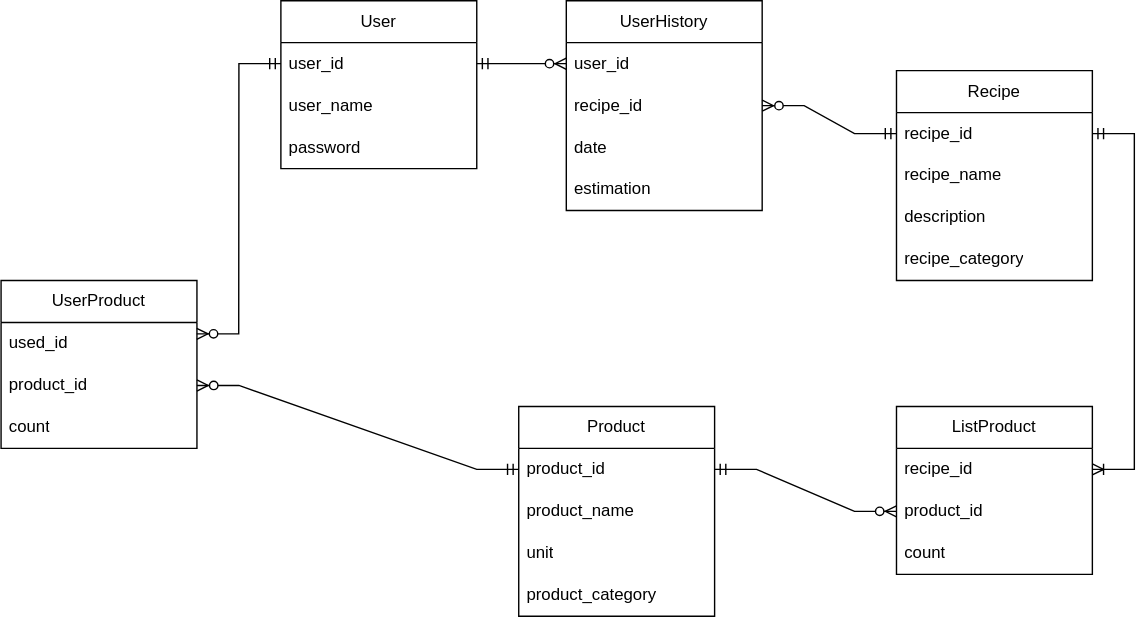
This is images/Logical_database_diagram.svg from alinacozy/recipes-helper, a draw.io export, as it was before one commit. Source tidied: cells renumbered, new cells last; positions are measured from the earlier drawing's top-left corner, leaving out a move shared by most shapes.
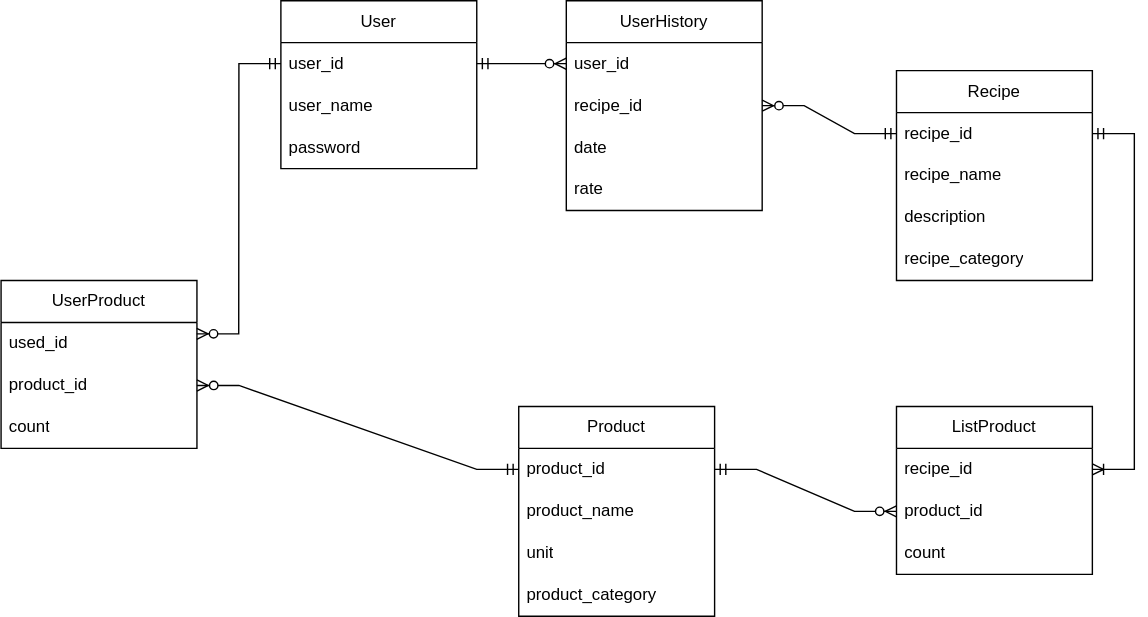
Above is the later version.

Commit message:
add recipe rate to logical db diagram & API

Diff of the diagram source:
```diff
@@ -56,7 +56,7 @@
     <mxCell id="19" value="date" style="text;strokeColor=none;fillColor=none;align=left;verticalAlign=middle;spacingLeft=4;spacingRight=4;overflow=hidden;whiteSpace=wrap;html=1;" parent="16" vertex="1">
       <mxGeometry y="90" width="140" height="30" as="geometry" />
     </mxCell>
-    <mxCell id="20" value="estimation" style="text;strokeColor=none;fillColor=none;align=left;verticalAlign=middle;spacingLeft=4;spacingRight=4;overflow=hidden;whiteSpace=wrap;html=1;" parent="16" vertex="1">
+    <mxCell id="20" value="rate" style="text;strokeColor=none;fillColor=none;align=left;verticalAlign=middle;spacingLeft=4;spacingRight=4;overflow=hidden;whiteSpace=wrap;html=1;" parent="16" vertex="1">
       <mxGeometry y="120" width="140" height="30" as="geometry" />
     </mxCell>
     <mxCell id="21" value="UserProduct" style="swimlane;fontStyle=0;horizontal=1;startSize=30;whiteSpace=wrap;html=1;" parent="1" vertex="1">
```
